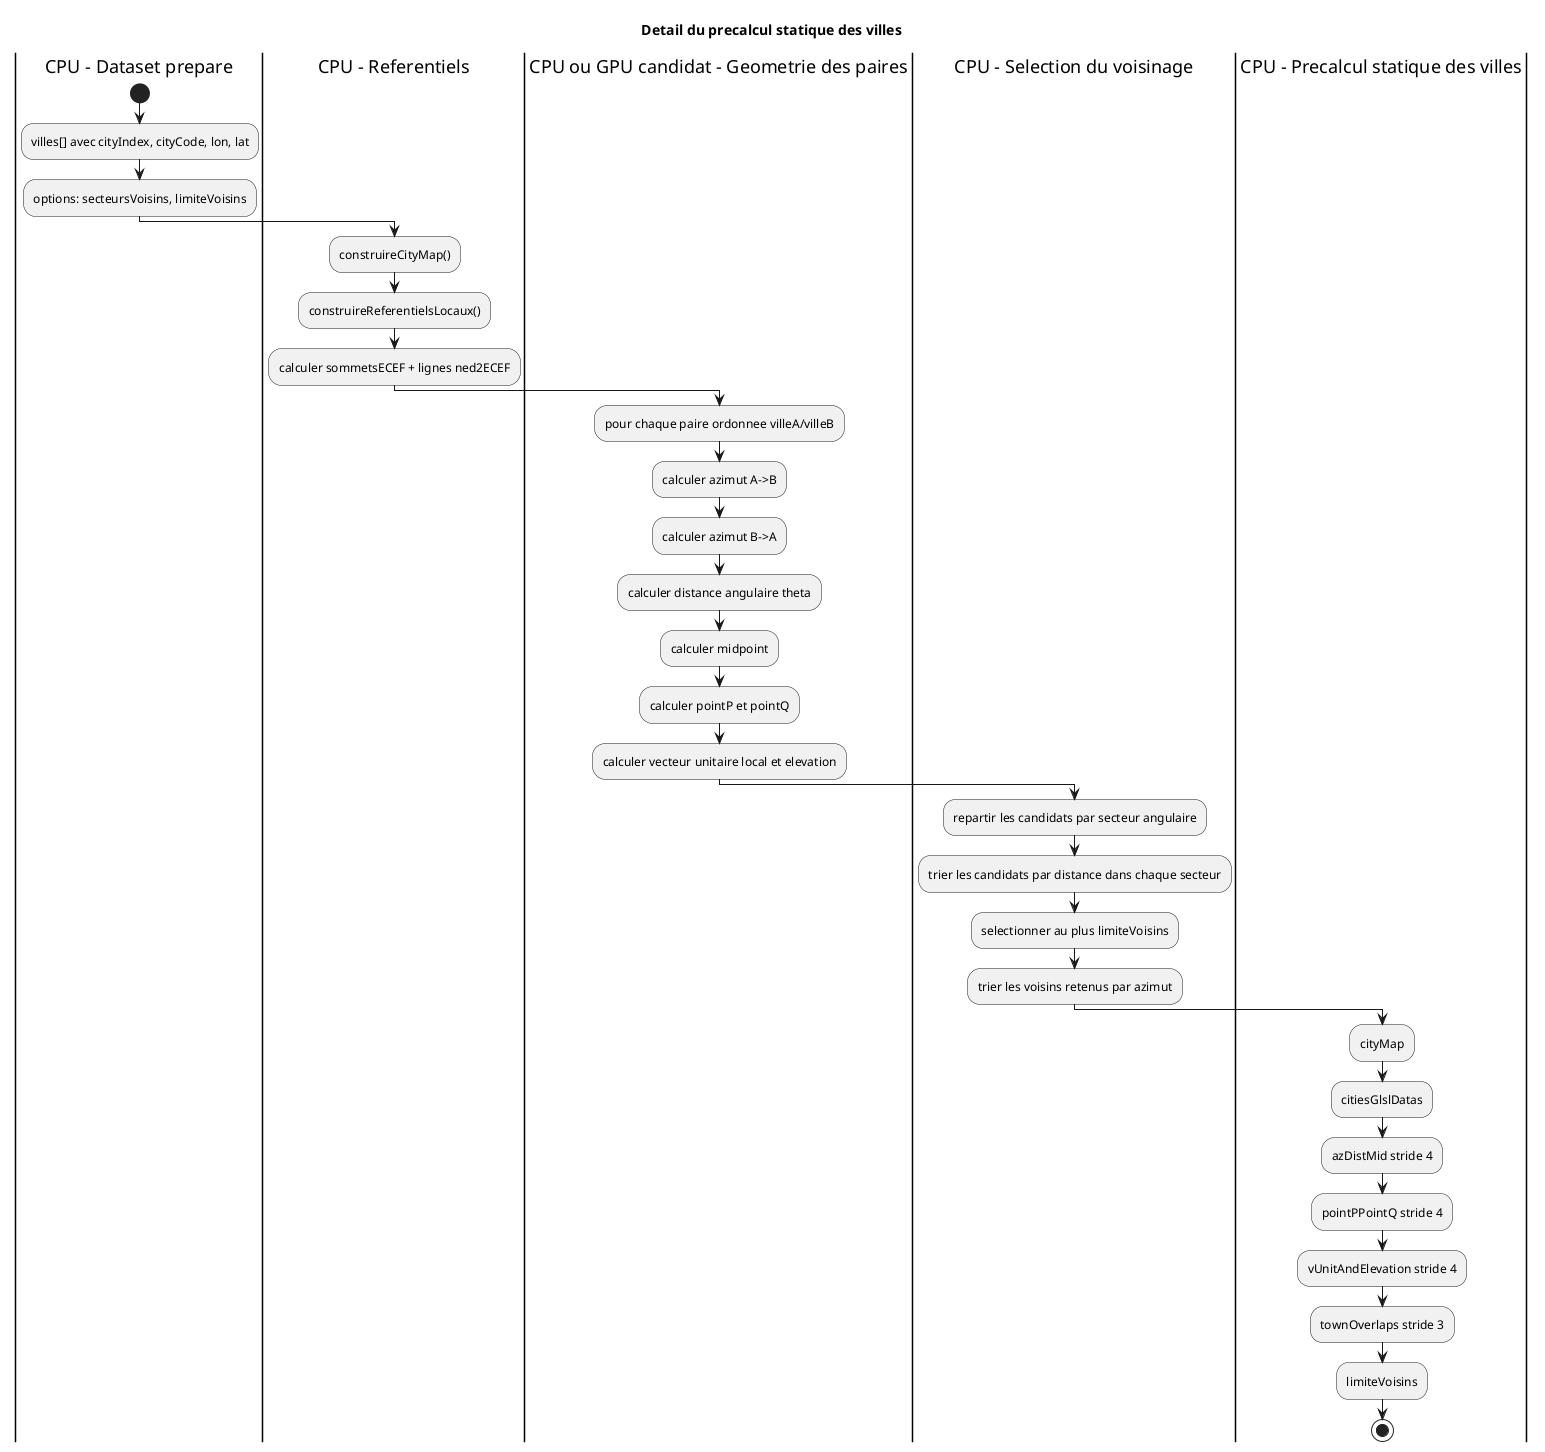
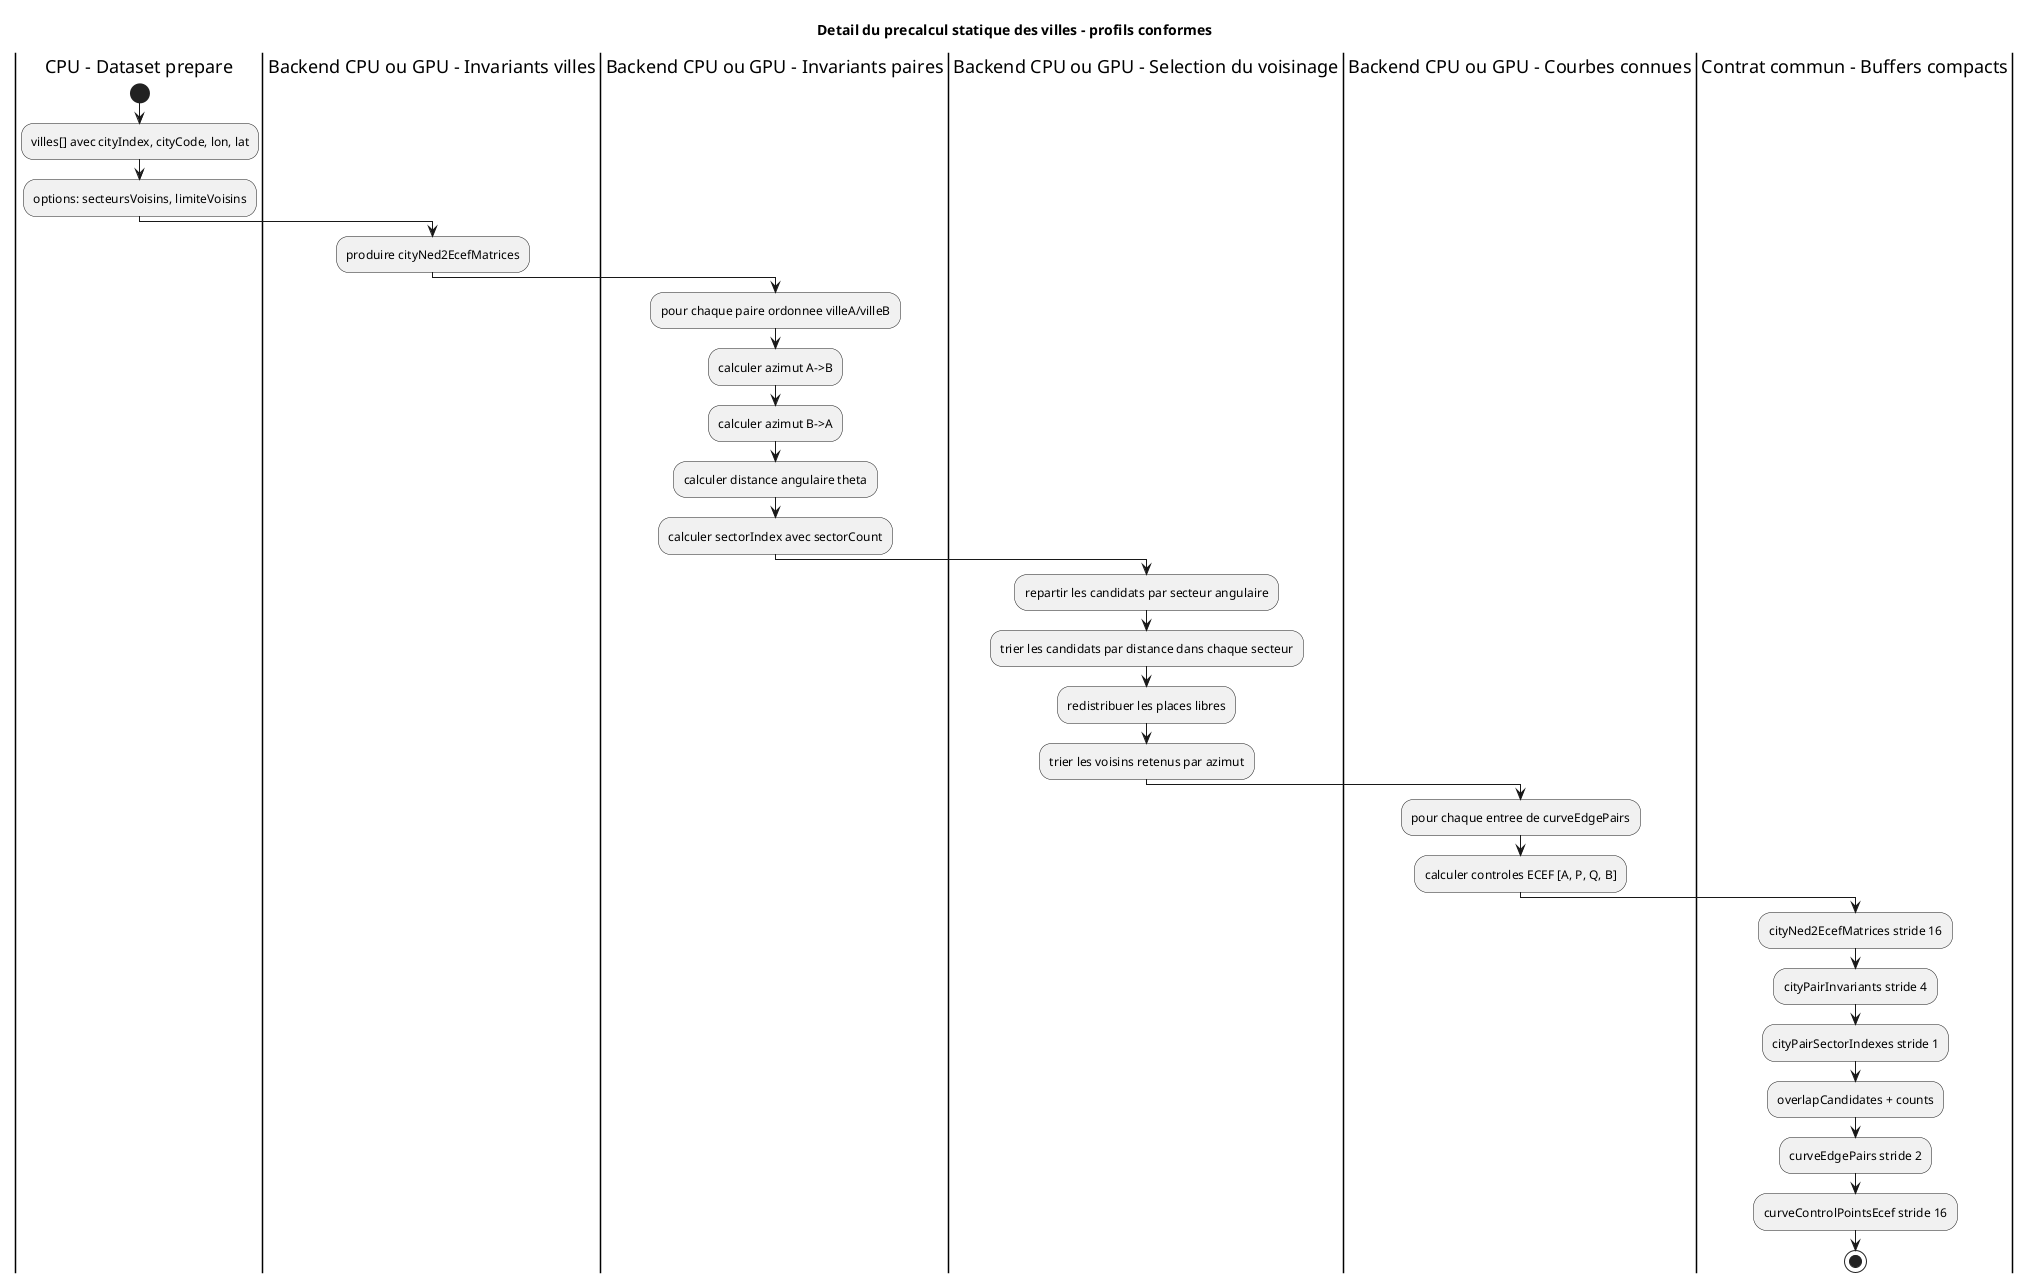
@startuml
- title Detail du precalcul statique des villes
+ title Detail du precalcul statique des villes - profils conformes

|CPU - Dataset prepare|
start
:villes[] avec cityIndex, cityCode, lon, lat;
:options: secteursVoisins, limiteVoisins;

- |CPU - Referentiels|
- :construireCityMap();
- :construireReferentielsLocaux();
- :calculer sommetsECEF + lignes ned2ECEF;
+ |Backend CPU ou GPU - Invariants villes|
+ :produire cityNed2EcefMatrices;

- |CPU ou GPU candidat - Geometrie des paires|
+ |Backend CPU ou GPU - Invariants paires|
:pour chaque paire ordonnee villeA/villeB;
:calculer azimut A->B;
:calculer azimut B->A;
:calculer distance angulaire theta;
- :calculer midpoint;
- :calculer pointP et pointQ;
- :calculer vecteur unitaire local et elevation;
+ :calculer sectorIndex avec sectorCount;

- |CPU - Selection du voisinage|
+ |Backend CPU ou GPU - Selection du voisinage|
:repartir les candidats par secteur angulaire;
:trier les candidats par distance dans chaque secteur;
- :selectionner au plus limiteVoisins;
+ :redistribuer les places libres;
:trier les voisins retenus par azimut;

- |CPU - Precalcul statique des villes|
- :cityMap;
- :citiesGlslDatas;
- :azDistMid stride 4;
- :pointPPointQ stride 4;
- :vUnitAndElevation stride 4;
- :townOverlaps stride 3;
- :limiteVoisins;
+ |Backend CPU ou GPU - Courbes connues|
+ :pour chaque entree de curveEdgePairs;
+ :calculer controles ECEF [A, P, Q, B];
+ 
+ |Contrat commun - Buffers compacts|
+ :cityNed2EcefMatrices stride 16;
+ :cityPairInvariants stride 4;
+ :cityPairSectorIndexes stride 1;
+ :overlapCandidates + counts;
+ :curveEdgePairs stride 2;
+ :curveControlPointsEcef stride 16;
stop
@enduml
